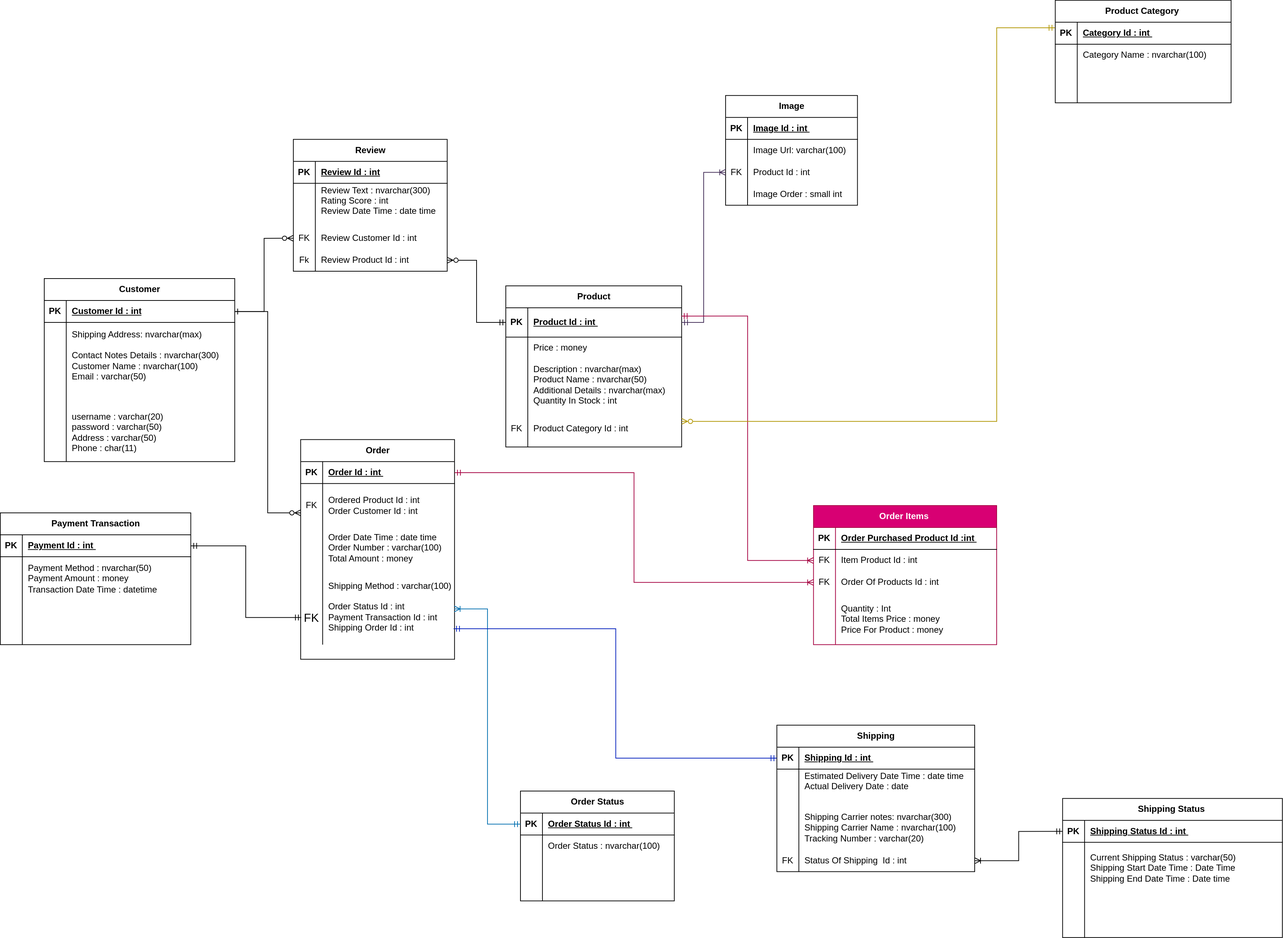
Earlier version of the draw.io export Project 5 - Online Store/Relational Schema -  Project 5 - Online Store.drawio.svg (osama-dev2206/Database_Projects). Source tidied: cells renumbered, new cells last; positions are measured from the earlier drawing's top-left corner, leaving out a move shared by most shapes.
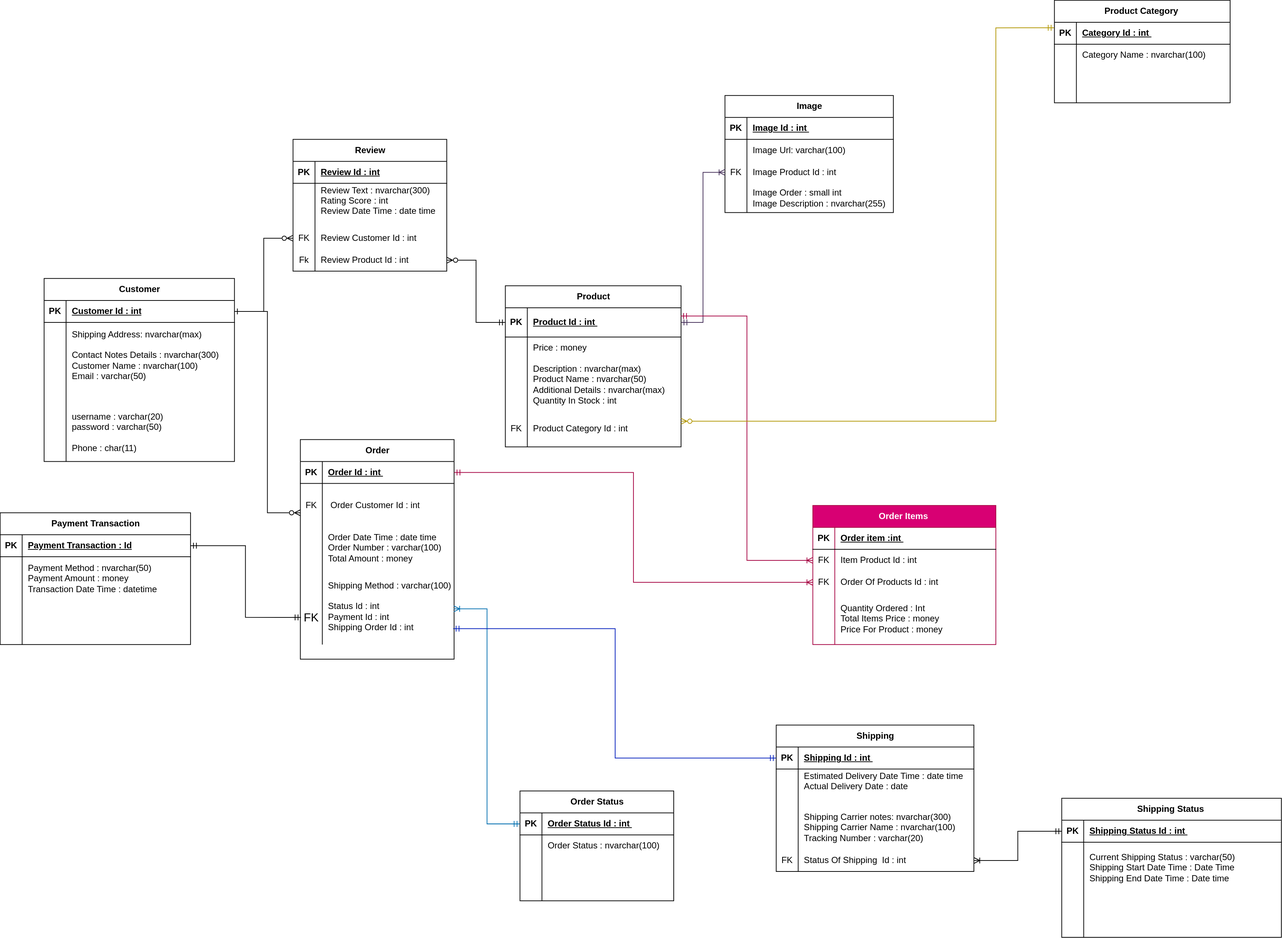
Above is the later version.

The edit, as a diff of the source:
```diff
@@ -42,43 +42,43 @@
       <mxGeometry x="30" width="210" height="50" as="geometry" />
     </mxCell>
     <mxCell id="15" value="Image" style="shape=table;startSize=30;rowLines=0;fontStyle=1;align=center;html=1;" parent="1" vertex="1">
-      <mxGeometry x="990" y="130" width="180" height="150" as="geometry" />
+      <mxGeometry x="990" y="130" width="230" height="160" as="geometry" />
     </mxCell>
     <mxCell id="16" style="shape=tableRow;horizontal=0;startSize=0;swimlaneHead=0;swimlaneBody=0;fillColor=none;top=0;left=0;right=0;bottom=1;" parent="15" vertex="1">
-      <mxGeometry y="30" width="180" height="30" as="geometry" />
+      <mxGeometry y="30" width="230" height="30" as="geometry" />
     </mxCell>
     <mxCell id="17" value="PK" style="shape=partialRectangle;fillColor=none;top=0;left=0;bottom=0;right=0;fontStyle=1;overflow=hidden;whiteSpace=wrap;html=1;" parent="16" vertex="1">
       <mxGeometry width="30" height="30" as="geometry" />
     </mxCell>
     <mxCell id="18" value="Image Id : int&amp;nbsp;" style="shape=partialRectangle;fillColor=none;top=0;left=0;bottom=0;right=0;align=left;spacingLeft=6;fontStyle=5;overflow=hidden;whiteSpace=wrap;html=1;" parent="16" vertex="1">
-      <mxGeometry x="30" width="150" height="30" as="geometry" />
+      <mxGeometry x="30" width="200" height="30" as="geometry" />
     </mxCell>
     <mxCell id="19" style="shape=tableRow;horizontal=0;startSize=0;swimlaneHead=0;swimlaneBody=0;fillColor=none;top=0;left=0;right=0;bottom=0;" parent="15" vertex="1">
-      <mxGeometry y="60" width="180" height="30" as="geometry" />
+      <mxGeometry y="60" width="230" height="30" as="geometry" />
     </mxCell>
     <mxCell id="20" style="shape=partialRectangle;fillColor=none;top=0;left=0;bottom=0;right=0;overflow=hidden;whiteSpace=wrap;html=1;" parent="19" vertex="1">
       <mxGeometry width="30" height="30" as="geometry" />
     </mxCell>
     <mxCell id="21" value="Image Url: varchar(100)" style="shape=partialRectangle;fillColor=none;top=0;left=0;bottom=0;right=0;align=left;spacingLeft=6;overflow=hidden;whiteSpace=wrap;html=1;" parent="19" vertex="1">
-      <mxGeometry x="30" width="150" height="30" as="geometry" />
+      <mxGeometry x="30" width="200" height="30" as="geometry" />
     </mxCell>
     <mxCell id="22" style="shape=tableRow;horizontal=0;startSize=0;swimlaneHead=0;swimlaneBody=0;fillColor=none;points=[[0,0.5],[1,0.5]];portConstraint=eastwest;top=0;left=0;right=0;bottom=0;" parent="15" vertex="1">
-      <mxGeometry y="90" width="180" height="30" as="geometry" />
+      <mxGeometry y="90" width="230" height="30" as="geometry" />
     </mxCell>
     <mxCell id="23" value="FK" style="shape=partialRectangle;fillColor=none;top=0;left=0;bottom=0;right=0;overflow=hidden;whiteSpace=wrap;html=1;" parent="22" vertex="1">
       <mxGeometry width="30" height="30" as="geometry" />
     </mxCell>
-    <mxCell id="24" value="Product Id : int&amp;nbsp;" style="shape=partialRectangle;fillColor=none;top=0;left=0;bottom=0;right=0;align=left;spacingLeft=6;overflow=hidden;whiteSpace=wrap;html=1;" parent="22" vertex="1">
-      <mxGeometry x="30" width="150" height="30" as="geometry" />
+    <mxCell id="24" value="Image Product Id : int&amp;nbsp;" style="shape=partialRectangle;fillColor=none;top=0;left=0;bottom=0;right=0;align=left;spacingLeft=6;overflow=hidden;whiteSpace=wrap;html=1;" parent="22" vertex="1">
+      <mxGeometry x="30" width="200" height="30" as="geometry" />
     </mxCell>
     <mxCell id="25" style="shape=tableRow;horizontal=0;startSize=0;swimlaneHead=0;swimlaneBody=0;fillColor=none;top=0;left=0;right=0;bottom=0;" parent="15" vertex="1">
-      <mxGeometry y="120" width="180" height="30" as="geometry" />
+      <mxGeometry y="120" width="230" height="40" as="geometry" />
     </mxCell>
     <mxCell id="26" style="shape=partialRectangle;fillColor=none;top=0;left=0;bottom=0;right=0;overflow=hidden;whiteSpace=wrap;html=1;" parent="25" vertex="1">
-      <mxGeometry width="30" height="30" as="geometry" />
+      <mxGeometry width="30" height="40" as="geometry" />
     </mxCell>
-    <mxCell id="27" value="Image Order : small int&amp;nbsp;" style="shape=partialRectangle;fillColor=none;top=0;left=0;bottom=0;right=0;align=left;spacingLeft=6;overflow=hidden;whiteSpace=wrap;html=1;" parent="25" vertex="1">
-      <mxGeometry x="30" width="150" height="30" as="geometry" />
+    <mxCell id="27" value="&lt;div&gt;Image Order : small int&lt;/div&gt;&lt;div&gt;Image Description : nvarchar(255)&amp;nbsp;&amp;nbsp;&lt;/div&gt;" style="shape=partialRectangle;fillColor=none;top=0;left=0;bottom=0;right=0;align=left;spacingLeft=6;overflow=hidden;whiteSpace=wrap;html=1;" parent="25" vertex="1">
+      <mxGeometry x="30" width="200" height="40" as="geometry" />
     </mxCell>
     <mxCell id="28" style="edgeStyle=orthogonalEdgeStyle;rounded=0;jettySize=auto;html=1;entryX=0;entryY=0.5;entryDx=0;entryDy=0;endArrow=ERoneToMany;endFill=0;startArrow=ERmandOne;startFill=0;fillColor=#76608a;strokeColor=#432D57;" parent="1" edge="1" source="3" target="22">
       <mxGeometry relative="1" as="geometry" />
@@ -119,7 +119,7 @@
     <mxCell id="40" style="shape=partialRectangle;fillColor=none;top=0;left=0;bottom=0;right=0;overflow=hidden;whiteSpace=wrap;html=1;" parent="39" vertex="1">
       <mxGeometry width="30" height="80" as="geometry" />
     </mxCell>
-    <mxCell id="41" value="&lt;div&gt;username : varchar(20)&lt;/div&gt;&lt;div&gt;password : varchar(50)&lt;/div&gt;&lt;div&gt;Address : varchar(50)&lt;/div&gt;&lt;div&gt;Phone : char(11)&amp;nbsp;&lt;/div&gt;" style="shape=partialRectangle;fillColor=none;top=0;left=0;bottom=0;right=0;align=left;spacingLeft=6;overflow=hidden;whiteSpace=wrap;html=1;" parent="39" vertex="1">
+    <mxCell id="41" value="&lt;div&gt;username : varchar(20)&lt;/div&gt;&lt;div&gt;password : varchar(50)&lt;/div&gt;&lt;div&gt;&lt;br&gt;&lt;/div&gt;&lt;div&gt;Phone : char(11)&amp;nbsp;&lt;/div&gt;" style="shape=partialRectangle;fillColor=none;top=0;left=0;bottom=0;right=0;align=left;spacingLeft=6;overflow=hidden;whiteSpace=wrap;html=1;" parent="39" vertex="1">
       <mxGeometry x="30" width="230" height="80" as="geometry" />
     </mxCell>
     <mxCell id="42" value="Order" style="shape=table;startSize=30;rowLines=0;fontStyle=1;align=center;html=1;" parent="1" vertex="1">
@@ -140,7 +140,7 @@
     <mxCell id="47" value="FK" style="shape=partialRectangle;fillColor=none;top=0;left=0;bottom=0;right=0;overflow=hidden;whiteSpace=wrap;html=1;" parent="46" vertex="1">
       <mxGeometry width="30" height="60" as="geometry" />
     </mxCell>
-    <mxCell id="48" value="&lt;div&gt;Ordered Product Id : int&amp;nbsp;&lt;/div&gt;&lt;div&gt;Order Customer Id : int&lt;/div&gt;" style="shape=partialRectangle;fillColor=none;top=0;left=0;bottom=0;right=0;align=left;spacingLeft=6;overflow=hidden;whiteSpace=wrap;html=1;" parent="46" vertex="1">
+    <mxCell id="48" value="&lt;div&gt;&amp;nbsp;Order Customer Id : int&lt;/div&gt;" style="shape=partialRectangle;fillColor=none;top=0;left=0;bottom=0;right=0;align=left;spacingLeft=6;overflow=hidden;whiteSpace=wrap;html=1;" parent="46" vertex="1">
       <mxGeometry x="30" width="180" height="60" as="geometry" />
     </mxCell>
     <mxCell id="49" style="shape=tableRow;horizontal=0;startSize=0;swimlaneHead=0;swimlaneBody=0;fillColor=none;top=0;left=0;right=0;bottom=0;" parent="42" vertex="1">
@@ -158,7 +158,7 @@
     <mxCell id="53" value="&lt;div&gt;&lt;font style=&quot;font-size: 14px;&quot;&gt;&lt;br&gt;&lt;/font&gt;&lt;/div&gt;&lt;div&gt;&lt;font size=&quot;3&quot;&gt;FK&lt;/font&gt;&lt;/div&gt;" style="shape=partialRectangle;fillColor=none;top=0;left=0;bottom=0;right=0;overflow=hidden;whiteSpace=wrap;html=1;" parent="52" vertex="1">
       <mxGeometry width="30" height="90" as="geometry" />
     </mxCell>
-    <mxCell id="54" value="&lt;div&gt;Shipping Method : varchar(100)&lt;/div&gt;&lt;div&gt;&lt;br&gt;&lt;/div&gt;&lt;div&gt;Order Status Id : int&amp;nbsp;&lt;/div&gt;&lt;div&gt;Payment Transaction Id : int&lt;/div&gt;&lt;div&gt;Shipping Order Id : int&amp;nbsp;&lt;/div&gt;&lt;div&gt;&lt;br&gt;&lt;/div&gt;" style="shape=partialRectangle;fillColor=none;top=0;left=0;bottom=0;right=0;align=left;spacingLeft=6;overflow=hidden;whiteSpace=wrap;html=1;" parent="52" vertex="1">
+    <mxCell id="54" value="&lt;div&gt;Shipping Method : varchar(100)&lt;/div&gt;&lt;div&gt;&lt;br&gt;&lt;/div&gt;&lt;div&gt;Status Id : int&amp;nbsp;&lt;/div&gt;&lt;div&gt;Payment Id : int&lt;/div&gt;&lt;div&gt;Shipping Order Id : int&amp;nbsp;&lt;/div&gt;&lt;div&gt;&lt;br&gt;&lt;/div&gt;" style="shape=partialRectangle;fillColor=none;top=0;left=0;bottom=0;right=0;align=left;spacingLeft=6;overflow=hidden;whiteSpace=wrap;html=1;" parent="52" vertex="1">
       <mxGeometry x="30" width="180" height="90" as="geometry" />
     </mxCell>
     <mxCell id="55" style="edgeStyle=orthogonalEdgeStyle;rounded=0;jettySize=auto;html=1;entryX=0;entryY=0.667;entryDx=0;entryDy=0;entryPerimeter=0;endArrow=ERzeroToMany;endFill=0;startArrow=ERone;startFill=0;" parent="1" edge="1" source="30" target="46">
@@ -215,7 +215,7 @@
     <mxCell id="72" value="PK" style="shape=partialRectangle;fillColor=none;top=0;left=0;bottom=0;right=0;fontStyle=1;overflow=hidden;whiteSpace=wrap;html=1;" parent="71" vertex="1">
       <mxGeometry width="30" height="30" as="geometry" />
     </mxCell>
-    <mxCell id="73" value="Payment Id : int&amp;nbsp;" style="shape=partialRectangle;fillColor=none;top=0;left=0;bottom=0;right=0;align=left;spacingLeft=6;fontStyle=5;overflow=hidden;whiteSpace=wrap;html=1;" parent="71" vertex="1">
+    <mxCell id="73" value="Payment Transaction : Id" style="shape=partialRectangle;fillColor=none;top=0;left=0;bottom=0;right=0;align=left;spacingLeft=6;fontStyle=5;overflow=hidden;whiteSpace=wrap;html=1;" parent="71" vertex="1">
       <mxGeometry x="30" width="230" height="30" as="geometry" />
     </mxCell>
     <mxCell id="74" style="shape=tableRow;horizontal=0;startSize=0;swimlaneHead=0;swimlaneBody=0;fillColor=none;top=0;left=0;right=0;bottom=0;" parent="70" vertex="1">
@@ -302,7 +302,7 @@
     <mxCell id="101" value="PK" style="shape=partialRectangle;fillColor=none;top=0;left=0;bottom=0;right=0;fontStyle=1;overflow=hidden;whiteSpace=wrap;html=1;" parent="100" vertex="1">
       <mxGeometry width="30" height="30" as="geometry" />
     </mxCell>
-    <mxCell id="102" value="Order&amp;nbsp;Purchased Product Id :int&amp;nbsp;" style="shape=partialRectangle;fillColor=none;top=0;left=0;bottom=0;right=0;align=left;spacingLeft=6;fontStyle=5;overflow=hidden;whiteSpace=wrap;html=1;" parent="100" vertex="1">
+    <mxCell id="102" value="Order item :int&amp;nbsp;" style="shape=partialRectangle;fillColor=none;top=0;left=0;bottom=0;right=0;align=left;spacingLeft=6;fontStyle=5;overflow=hidden;whiteSpace=wrap;html=1;" parent="100" vertex="1">
       <mxGeometry x="30" width="220" height="30" as="geometry" />
     </mxCell>
     <mxCell id="103" style="shape=tableRow;horizontal=0;startSize=0;swimlaneHead=0;swimlaneBody=0;fillColor=none;points=[[0,0.5],[1,0.5]];portConstraint=eastwest;top=0;left=0;right=0;bottom=0;" parent="99" vertex="1">
@@ -329,7 +329,7 @@
     <mxCell id="110" style="shape=partialRectangle;fillColor=none;top=0;left=0;bottom=0;right=0;overflow=hidden;whiteSpace=wrap;html=1;" parent="109" vertex="1">
       <mxGeometry width="30" height="70" as="geometry" />
     </mxCell>
-    <mxCell id="111" value="&lt;div&gt;Quantity : Int&amp;nbsp;&lt;/div&gt;&lt;div&gt;Total Items Price : money&amp;nbsp;&lt;/div&gt;&lt;div&gt;Price For Product : money&amp;nbsp;&lt;/div&gt;" style="shape=partialRectangle;fillColor=none;top=0;left=0;bottom=0;right=0;align=left;spacingLeft=6;overflow=hidden;whiteSpace=wrap;html=1;" parent="109" vertex="1">
+    <mxCell id="111" value="&lt;div&gt;Quantity Ordered : Int&amp;nbsp;&lt;/div&gt;&lt;div&gt;Total Items Price : money&amp;nbsp;&lt;/div&gt;&lt;div&gt;Price For Product : money&amp;nbsp;&lt;/div&gt;" style="shape=partialRectangle;fillColor=none;top=0;left=0;bottom=0;right=0;align=left;spacingLeft=6;overflow=hidden;whiteSpace=wrap;html=1;" parent="109" vertex="1">
       <mxGeometry x="30" width="220" height="70" as="geometry" />
     </mxCell>
     <mxCell id="112" style="edgeStyle=orthogonalEdgeStyle;rounded=0;jettySize=auto;html=1;endArrow=ERmandOne;endFill=0;startArrow=ERoneToMany;startFill=0;fillColor=#d80073;strokeColor=#A50040;entryX=0.998;entryY=0.282;entryDx=0;entryDy=0;entryPerimeter=0;" parent="1" edge="1" source="103" target="3">
```
